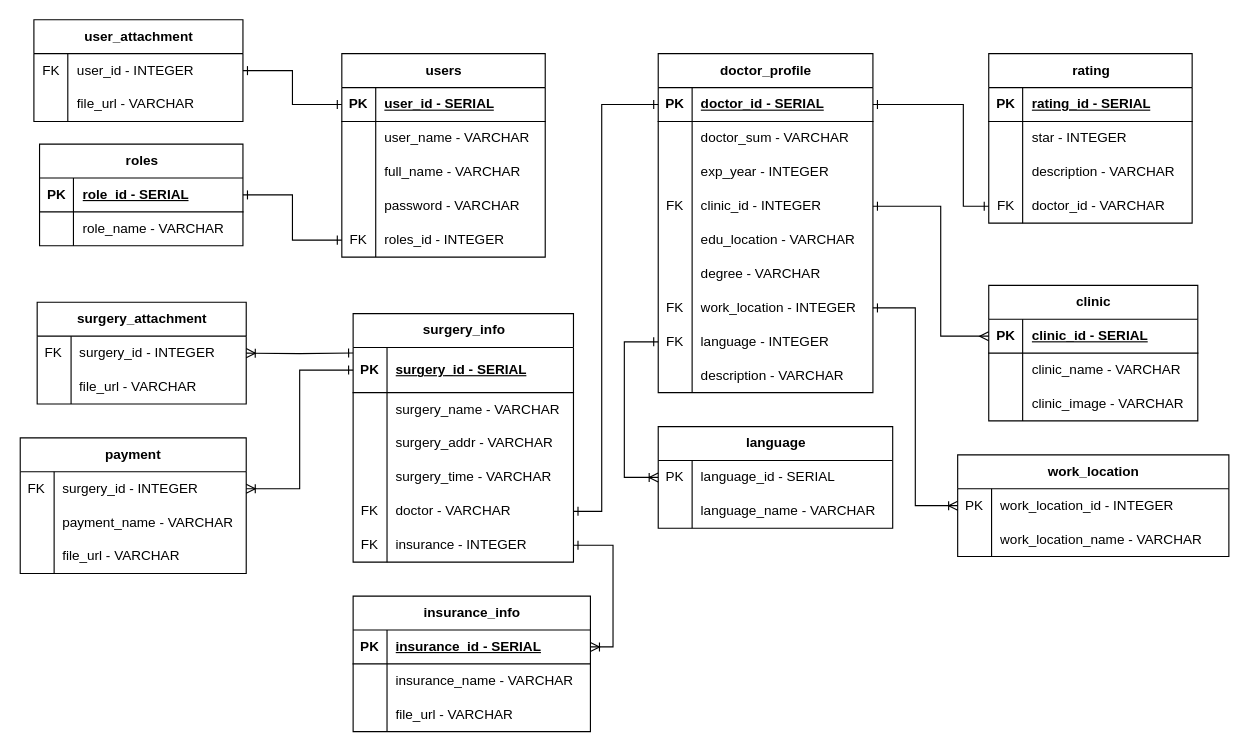
Above: docs/JioHeatl-DB-Ver 1.0.drawio in booking-web/Booking_Web_BE (draw.io), before the change. Source tidied: cells renumbered, new cells numbered last; positions are measured from the earlier drawing's top-left corner, leaving out a move shared by most shapes. Both pictures are drawn from the tidied source at 113%, with x=0, y=0 at pixel (19, 19).
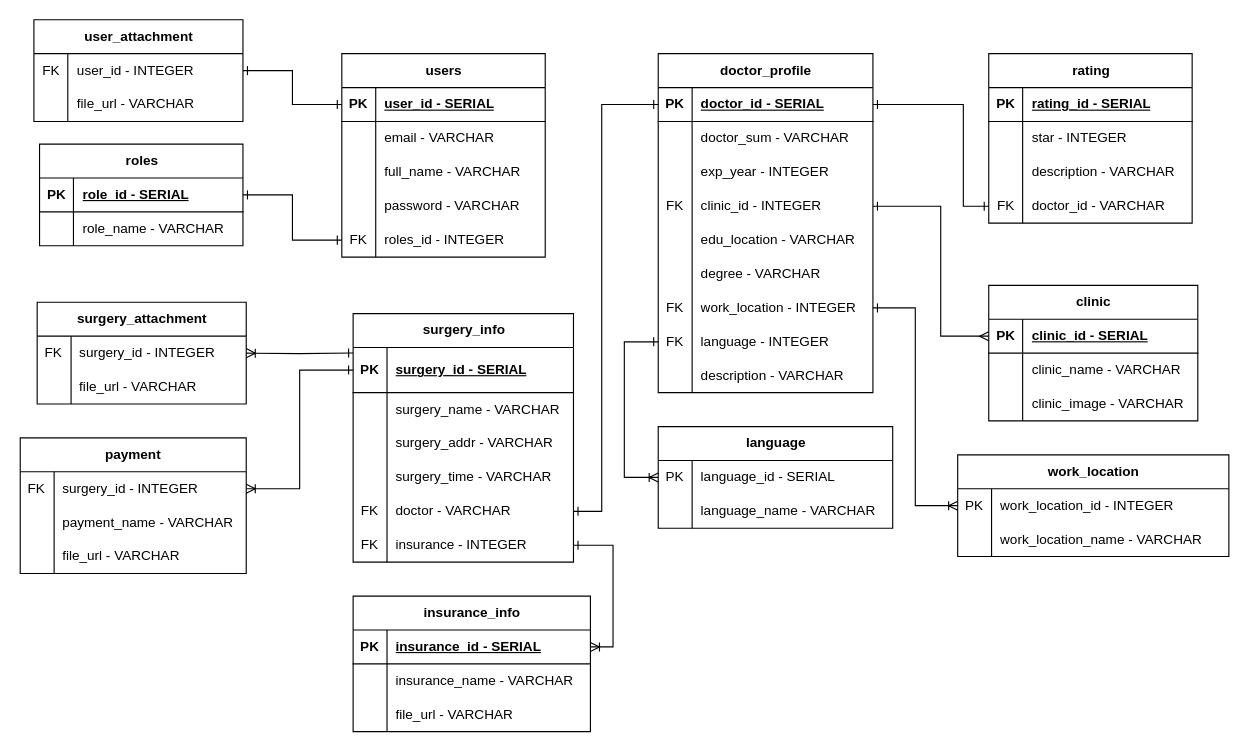
Above is the later version.

Unchanged cells that the change refers to:
```xml
<mxCell id="6" style="shape=tableRow;horizontal=0;startSize=0;swimlaneHead=0;swimlaneBody=0;fillColor=none;top=0;left=0;right=0;bottom=0;" parent="2" vertex="1">
  <mxGeometry y="60" width="180" height="30" as="geometry" />
</mxCell>
```

Change to the diagram source:
```diff
@@
-    <mxCell id="8" value="user_name - VARCHAR" style="shape=partialRectangle;fillColor=none;top=0;left=0;bottom=0;right=0;align=left;spacingLeft=6;overflow=hidden;whiteSpace=wrap;html=1;" parent="6" vertex="1">
+    <mxCell id="8" value="email - VARCHAR" style="shape=partialRectangle;fillColor=none;top=0;left=0;bottom=0;right=0;align=left;spacingLeft=6;overflow=hidden;whiteSpace=wrap;html=1;" parent="6" vertex="1">
       <mxGeometry x="30" width="150" height="30" as="geometry" />
     </mxCell>
```
